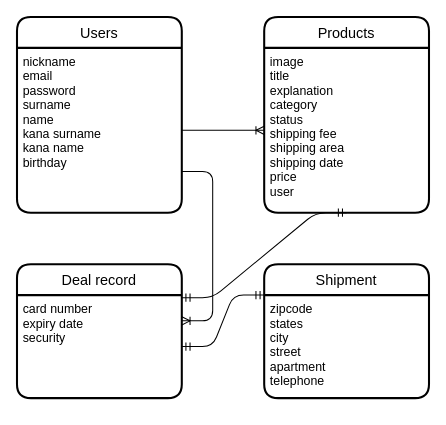
The draw.io diagram ERmap.dio in makidelmondo/furima-32756, before the edit. Source tidied: cells renumbered, new cells numbered last; positions are measured from the earlier drawing's top-left corner, leaving out a move shared by most shapes. Both pictures are drawn from the tidied source at 103%, with x=0, y=0 at pixel (16, 16).
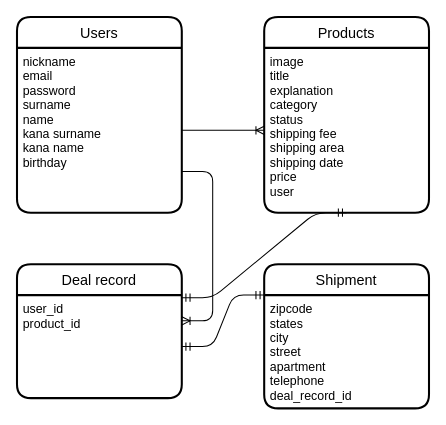
After the change.

Commit message (it also covers changes not shown here):
DBdesign_3rd_review

Change to the diagram source:
```diff
@@
 <mxGraphModel>
   <root>
     <mxCell id="0" />
     <mxCell id="1" parent="0" />
     <mxCell id="2" value="Users" style="swimlane;horizontal=1;startSize=30;rounded=1;fontSize=14;fontStyle=0;strokeWidth=2;shadow=0;dashed=0;align=center;" parent="1" vertex="1">
       <mxGeometry width="160" height="190" as="geometry" />
     </mxCell>
     <mxCell id="3" value="nickname&#10;email&#10;password&#10;surname&#10;name&#10;kana surname&#10;kana name&#10;birthday" style="align=left;strokeColor=none;fillColor=none;spacingLeft=4;fontSize=12;verticalAlign=top;" parent="2" vertex="1">
       <mxGeometry y="30" width="160" height="160" as="geometry" />
     </mxCell>
     <mxCell id="4" value="Products" style="swimlane;horizontal=1;startSize=30;rounded=1;fontSize=14;fontStyle=0;strokeWidth=2;shadow=0;dashed=0;align=center;" parent="1" vertex="1">
       <mxGeometry x="240" width="160" height="190" as="geometry" />
     </mxCell>
     <mxCell id="5" value="image&#10;title&#10;explanation&#10;category&#10;status&#10;shipping fee&#10;shipping area&#10;shipping date&#10;price&#10;user" style="align=left;strokeColor=none;fillColor=none;spacingLeft=4;fontSize=12;verticalAlign=top;" parent="4" vertex="1">
       <mxGeometry y="30" width="160" height="160" as="geometry" />
     </mxCell>
     <mxCell id="6" value="Deal record" style="swimlane;horizontal=1;startSize=30;rounded=1;fontSize=14;fontStyle=0;strokeWidth=2;shadow=0;dashed=0;align=center;" parent="1" vertex="1">
       <mxGeometry y="240" width="160" height="130" as="geometry" />
     </mxCell>
-    <mxCell id="7" value="card number&#10;expiry date&#10;security" style="align=left;strokeColor=none;fillColor=none;spacingLeft=4;fontSize=12;verticalAlign=top;" parent="6" vertex="1">
+    <mxCell id="7" value="user_id&#10;product_id" style="align=left;strokeColor=none;fillColor=none;spacingLeft=4;fontSize=12;verticalAlign=top;" parent="6" vertex="1">
       <mxGeometry y="30" width="160" height="100" as="geometry" />
     </mxCell>
     <mxCell id="8" value="Shipment" style="swimlane;horizontal=1;startSize=30;rounded=1;fontSize=14;fontStyle=0;strokeWidth=2;shadow=0;dashed=0;align=center;" parent="1" vertex="1">
-      <mxGeometry x="240" y="240" width="160" height="130" as="geometry" />
+      <mxGeometry x="240" y="240" width="160" height="140" as="geometry" />
     </mxCell>
-    <mxCell id="9" value="zipcode&#10;states&#10;city&#10;street&#10;apartment&#10;telephone" style="align=left;strokeColor=none;fillColor=none;spacingLeft=4;fontSize=12;verticalAlign=top;" parent="8" vertex="1">
-      <mxGeometry y="30" width="160" height="100" as="geometry" />
+    <mxCell id="9" value="zipcode&#10;states&#10;city&#10;street&#10;apartment&#10;telephone&#10;deal_record_id" style="align=left;strokeColor=none;fillColor=none;spacingLeft=4;fontSize=12;verticalAlign=top;" parent="8" vertex="1">
+      <mxGeometry y="30" width="160" height="110" as="geometry" />
     </mxCell>
     <mxCell id="10" style="edgeStyle=entityRelationEdgeStyle;fontSize=12;html=1;endArrow=ERoneToMany;exitX=1;exitY=0.5;exitDx=0;exitDy=0;entryX=0;entryY=0.5;entryDx=0;entryDy=0;" parent="1" edge="1" source="3" target="5">
       <mxGeometry relative="1" as="geometry" />
     </mxCell>
     <mxCell id="11" style="edgeStyle=entityRelationEdgeStyle;fontSize=12;html=1;endArrow=ERmandOne;startArrow=ERmandOne;entryX=0.5;entryY=1;entryDx=0;entryDy=0;exitX=1;exitY=0.25;exitDx=0;exitDy=0;" parent="1" edge="1" source="6" target="5">
       <mxGeometry relative="1" as="geometry" />
     </mxCell>
     <mxCell id="12" style="edgeStyle=entityRelationEdgeStyle;fontSize=12;html=1;endArrow=ERmandOne;startArrow=ERmandOne;exitX=1;exitY=0.5;exitDx=0;exitDy=0;entryX=0;entryY=0;entryDx=0;entryDy=0;" parent="1" edge="1" source="7" target="9">
       <mxGeometry relative="1" as="geometry" />
     </mxCell>
     <mxCell id="13" style="edgeStyle=entityRelationEdgeStyle;fontSize=12;html=1;endArrow=ERoneToMany;exitX=1;exitY=0.75;exitDx=0;exitDy=0;entryX=1;entryY=0.25;entryDx=0;entryDy=0;" parent="1" edge="1" source="3" target="7">
       <mxGeometry relative="1" as="geometry" />
     </mxCell>
   </root>
 </mxGraphModel>
```
